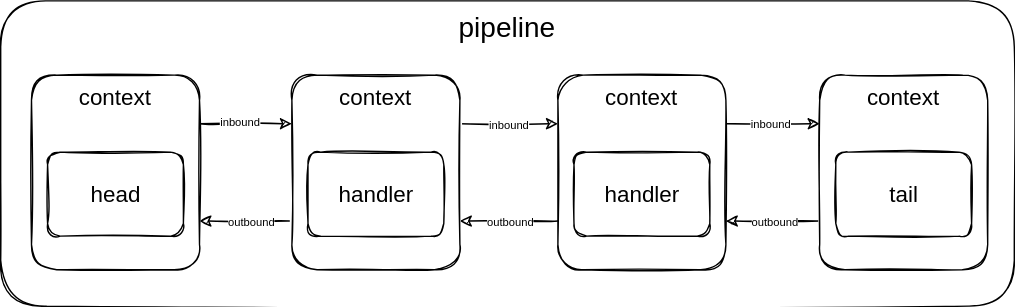
This is docs/_assets/images/pipeline.drawio.svg from otavia-projects/otavia, a draw.io export, as it was before one commit. Source tidied: cells renumbered, new cells last; positions are measured from the earlier drawing's top-left corner, leaving out a move shared by most shapes.
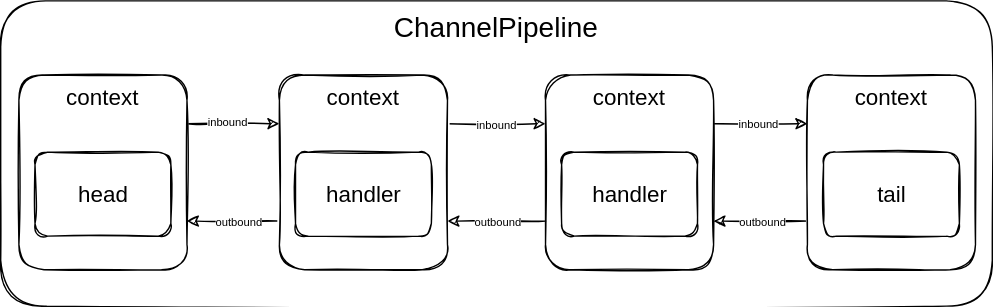
Above is the later version.

The edit, as a diff of the source:
```diff
@@ -2,8 +2,8 @@
   <root>
     <mxCell id="0" />
     <mxCell id="1" parent="0" />
-    <mxCell id="2" value="&lt;font style=&quot;font-size: 20px&quot;&gt;pipeline&lt;/font&gt;" style="rounded=1;whiteSpace=wrap;html=1;verticalAlign=top;sketch=1;" parent="1" vertex="1">
-      <mxGeometry width="724" height="218" as="geometry" />
+    <mxCell id="2" value="&lt;font style=&quot;font-size: 20px&quot;&gt;ChannelPipeline&lt;/font&gt;" style="rounded=1;whiteSpace=wrap;html=1;verticalAlign=top;sketch=1;" parent="1" vertex="1">
+      <mxGeometry x="9" width="708" height="218" as="geometry" />
     </mxCell>
     <mxCell id="3" style="edgeStyle=orthogonalEdgeStyle;rounded=1;jettySize=auto;html=1;exitX=1;exitY=0.25;exitDx=0;exitDy=0;entryX=0;entryY=0.25;entryDx=0;entryDy=0;fontSize=16;sketch=1;" parent="1" edge="1" source="5" target="11">
       <mxGeometry relative="1" as="geometry" />
```
